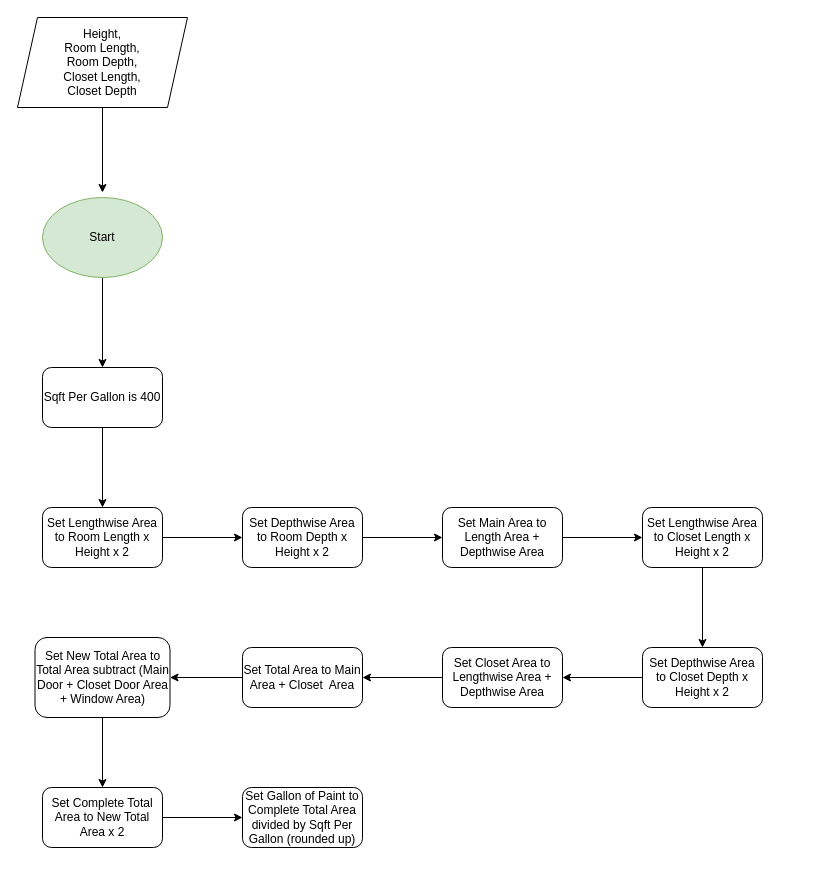
The draw.io diagram Untitled Diagram.drawio in matkiai/My-Personal-Page, before the edit. Source tidied: cells renumbered, new cells numbered last; positions are measured from the earlier drawing's top-left corner, leaving out a move shared by most shapes. Both pictures are drawn from the tidied source at 100%, with x=0, y=0 at pixel (17, 17).
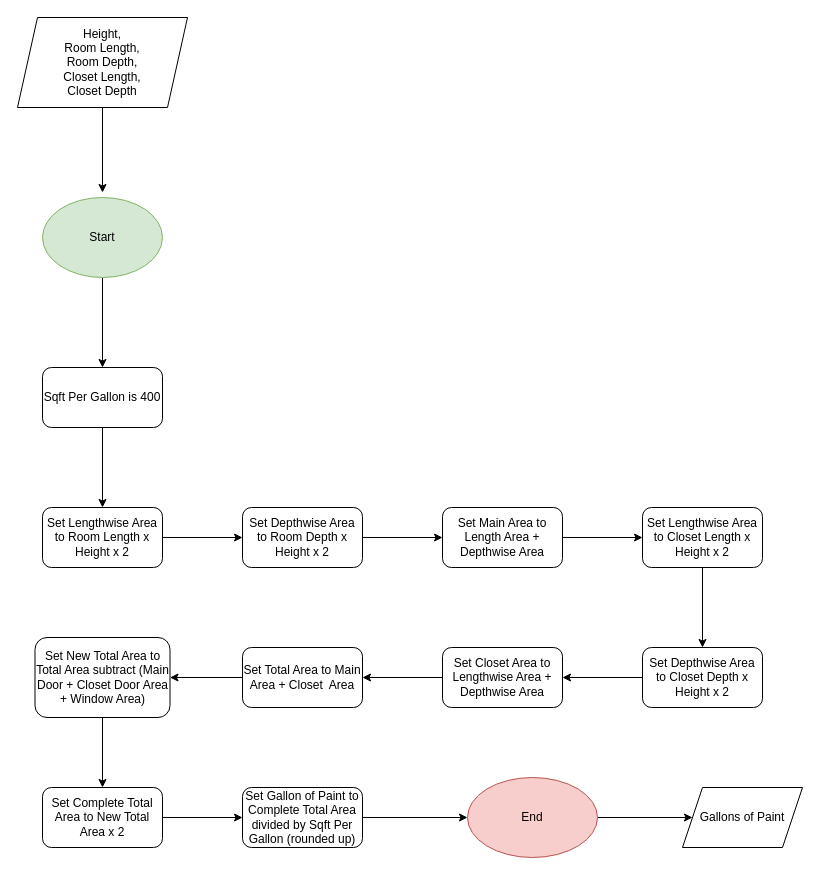
The same diagram, later.

Commit message:
Fourth Process Diagram.drawio

The change refers to these unchanged cells:
```xml
<mxCell id="26" value="Set Gallon of Paint to Complete Total Area divided by Sqft Per Gallon (rounded up)" style="rounded=1;whiteSpace=wrap;html=1;" parent="1" vertex="1">
  <mxGeometry x="225" y="770" width="120" height="60" as="geometry" />
</mxCell>
```

Change to the diagram source:
```diff
@@
+    <mxCell id="27" style="edgeStyle=orthogonalEdgeStyle;rounded=0;jettySize=auto;html=1;entryX=0;entryY=0.5;entryDx=0;entryDy=0;" parent="1" edge="1" source="26" target="29">
+      <mxGeometry relative="1" as="geometry" />
+    </mxCell>
@@
+    <mxCell id="28" style="edgeStyle=orthogonalEdgeStyle;rounded=0;jettySize=auto;html=1;" parent="1" edge="1" source="29" target="30">
+      <mxGeometry relative="1" as="geometry" />
+    </mxCell>
+    <mxCell id="29" value="End" style="ellipse;whiteSpace=wrap;html=1;fillColor=#f8cecc;strokeColor=#b85450;" parent="1" vertex="1">
+      <mxGeometry x="450" y="760" width="130" height="80" as="geometry" />
+    </mxCell>
+    <mxCell id="30" value="Gallons of Paint" style="shape=parallelogram;perimeter=parallelogramPerimeter;whiteSpace=wrap;html=1;fixedSize=1;" parent="1" vertex="1">
+      <mxGeometry x="665" y="770" width="120" height="60" as="geometry" />
+    </mxCell>
```
